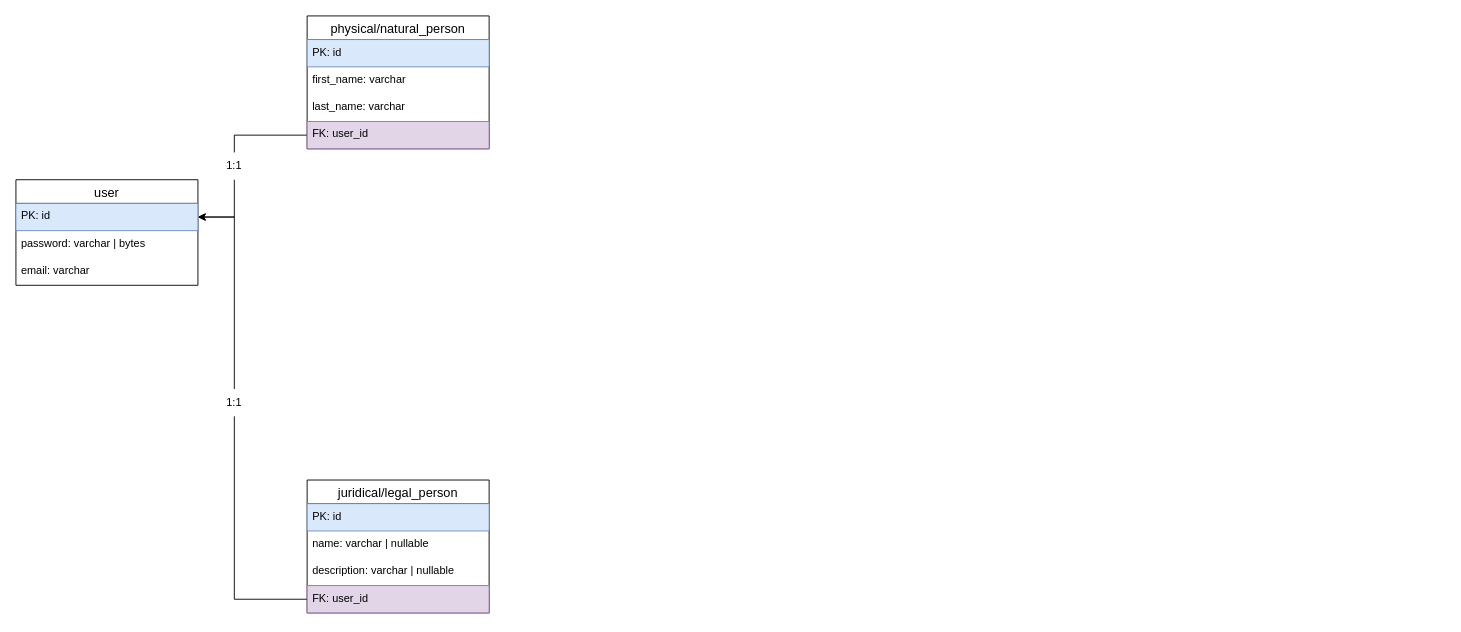
Before: docks/models.drawio in hophiphip/bruh, a draw.io diagram. Source tidied: cells renumbered, new cells numbered last; positions are measured from the earlier drawing's top-left corner, leaving out a move shared by most shapes. Both pictures are drawn from the tidied source at 91%, with x=0, y=0 at pixel (15, 15).
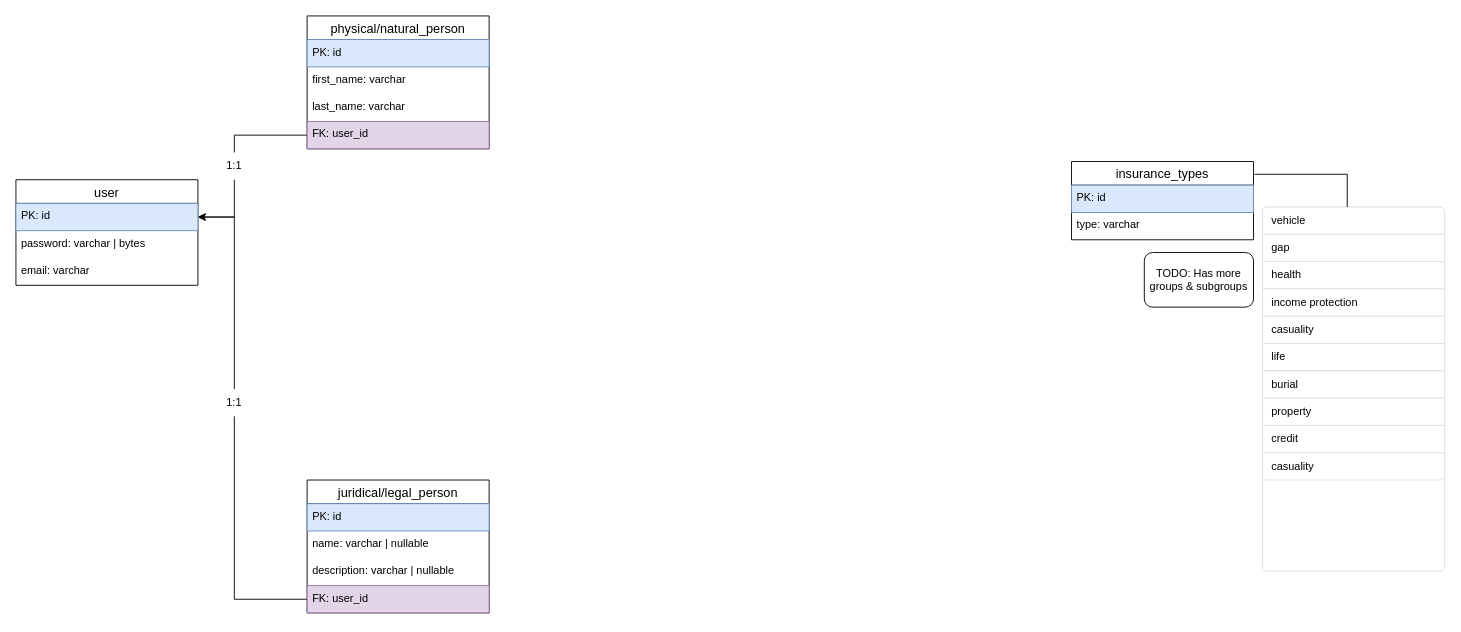
After the change.

What changed in the source:
```diff
@@
+    <mxCell id="22" value="insurance_types" style="swimlane;fontStyle=0;horizontal=1;startSize=26;align=center;fontSize=14;" parent="1" vertex="1">
+      <mxGeometry x="1160" y="160" width="200" height="86" as="geometry" />
+    </mxCell>
+    <mxCell id="23" value="PK: id" style="text;strokeColor=#6c8ebf;fillColor=#dae8fc;spacingLeft=4;spacingRight=4;overflow=hidden;fontSize=12;" parent="22" vertex="1">
+      <mxGeometry y="26" width="200" height="30" as="geometry" />
+    </mxCell>
+    <mxCell id="24" value="type: varchar" style="text;strokeColor=none;fillColor=none;spacingLeft=4;spacingRight=4;overflow=hidden;fontSize=12;" parent="22" vertex="1">
+      <mxGeometry y="56" width="200" height="30" as="geometry" />
+    </mxCell>
+    <mxCell id="25" style="html=1;shadow=0;dashed=0;shape=mxgraph.bootstrap.rrect;rSize=5;strokeColor=#DFDFDF;html=1;whiteSpace=wrap;fillColor=#FFFFFF;fontColor=#000000;" parent="1" vertex="1">
+      <mxGeometry x="1370" y="210" width="200" height="400" as="geometry" />
+    </mxCell>
+    <mxCell id="26" value="vehicle" style="strokeColor=inherit;fillColor=inherit;gradientColor=inherit;fontColor=inherit;html=1;shadow=0;dashed=0;shape=mxgraph.bootstrap.topButton;rSize=5;perimeter=none;whiteSpace=wrap;align=left;spacing=10;" parent="25" vertex="1">
+      <mxGeometry width="200" height="30" relative="1" as="geometry" />
+    </mxCell>
+    <mxCell id="27" value="gap" style="strokeColor=inherit;fillColor=inherit;gradientColor=inherit;fontColor=inherit;html=1;shadow=0;dashed=0;perimeter=none;whiteSpace=wrap;align=left;spacing=10;" parent="25" vertex="1">
+      <mxGeometry width="200" height="30" relative="1" as="geometry">
+        <mxPoint y="30" as="offset" />
+      </mxGeometry>
+    </mxCell>
+    <mxCell id="28" value="health" style="strokeColor=inherit;fillColor=inherit;gradientColor=inherit;fontColor=inherit;html=1;shadow=0;dashed=0;perimeter=none;whiteSpace=wrap;align=left;spacing=10;" parent="25" vertex="1">
+      <mxGeometry width="200" height="30" relative="1" as="geometry">
+        <mxPoint y="60" as="offset" />
+      </mxGeometry>
+    </mxCell>
+    <mxCell id="29" value="income protection" style="strokeColor=inherit;fillColor=inherit;gradientColor=inherit;fontColor=inherit;html=1;shadow=0;dashed=0;perimeter=none;whiteSpace=wrap;align=left;spacing=10;" parent="25" vertex="1">
+      <mxGeometry width="200" height="30" relative="1" as="geometry">
+        <mxPoint y="90" as="offset" />
+      </mxGeometry>
+    </mxCell>
+    <mxCell id="30" value="casuality" style="strokeColor=inherit;fillColor=inherit;gradientColor=inherit;fontColor=inherit;html=1;shadow=0;dashed=0;shape=mxgraph.bootstrap.bottomButton;rSize=5;perimeter=none;whiteSpace=wrap;align=left;spacing=10;" parent="25" vertex="1">
+      <mxGeometry y="1" width="200" height="30" relative="1" as="geometry">
+        <mxPoint y="-130" as="offset" />
+      </mxGeometry>
+    </mxCell>
+    <mxCell id="31" value="casuality" style="strokeColor=inherit;fillColor=inherit;gradientColor=inherit;fontColor=inherit;html=1;shadow=0;dashed=0;perimeter=none;whiteSpace=wrap;align=left;spacing=10;" parent="25" vertex="1">
+      <mxGeometry y="120" width="200" height="30" as="geometry" />
+    </mxCell>
+    <mxCell id="32" value="life" style="strokeColor=inherit;fillColor=inherit;gradientColor=inherit;fontColor=inherit;html=1;shadow=0;dashed=0;perimeter=none;whiteSpace=wrap;align=left;spacing=10;" parent="25" vertex="1">
+      <mxGeometry y="150" width="200" height="30" as="geometry" />
+    </mxCell>
+    <mxCell id="33" value="burial" style="strokeColor=inherit;fillColor=inherit;gradientColor=inherit;fontColor=inherit;html=1;shadow=0;dashed=0;perimeter=none;whiteSpace=wrap;align=left;spacing=10;" parent="25" vertex="1">
+      <mxGeometry y="180" width="200" height="30" as="geometry" />
+    </mxCell>
+    <mxCell id="34" value="property" style="strokeColor=inherit;fillColor=inherit;gradientColor=inherit;fontColor=inherit;html=1;shadow=0;dashed=0;perimeter=none;whiteSpace=wrap;align=left;spacing=10;" parent="25" vertex="1">
+      <mxGeometry y="210" width="200" height="30" as="geometry" />
+    </mxCell>
+    <mxCell id="35" value="credit" style="strokeColor=inherit;fillColor=inherit;gradientColor=inherit;fontColor=inherit;html=1;shadow=0;dashed=0;perimeter=none;whiteSpace=wrap;align=left;spacing=10;" parent="25" vertex="1">
+      <mxGeometry y="240" width="200" height="30" as="geometry" />
+    </mxCell>
+    <mxCell id="36" style="endArrow=none;html=1;rounded=0;exitX=1.005;exitY=0.163;exitDx=0;exitDy=0;exitPerimeter=0;" parent="1" edge="1" source="22">
+      <mxGeometry relative="1" as="geometry">
+        <mxPoint x="1463" y="210" as="targetPoint" />
+        <Array as="points">
+          <mxPoint x="1463" y="174" />
+        </Array>
+      </mxGeometry>
+    </mxCell>
+    <mxCell id="37" value="TODO: Has more groups &amp;amp; subgroups" style="rounded=1;whiteSpace=wrap;html=1;" parent="1" vertex="1">
+      <mxGeometry x="1240" y="260" width="120" height="60" as="geometry" />
+    </mxCell>
```
